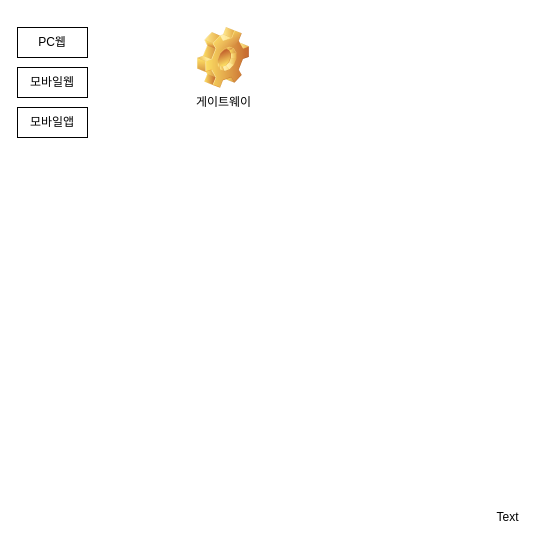
Earlier version of the draw.io diagram LINA_AA.drawio (DEV-FRAMEWORK/SW-MODEL). Source tidied: cells renumbered, new cells numbered last; positions are measured from the earlier drawing's top-left corner, leaving out a move shared by most shapes. Both pictures are drawn from the tidied source at 100%, with x=0, y=0 at pixel (17, 27).
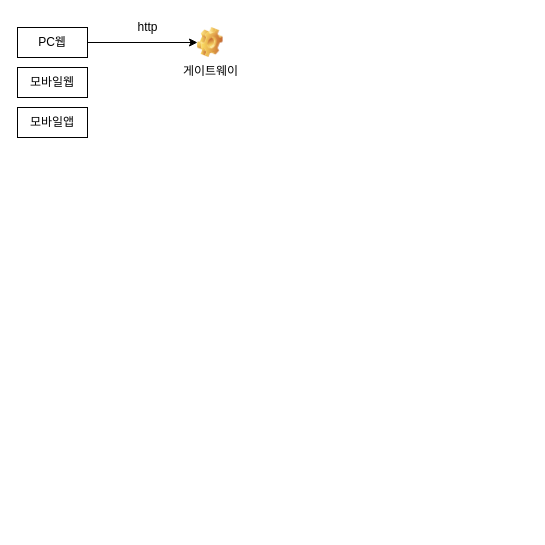
The same diagram, later.

The edit, as a diff of the source:
```diff
@@
 <mxGraphModel>
   <root>
     <mxCell id="0" />
     <mxCell id="1" parent="0" />
-    <mxCell id="2" value="Text" style="text;html=1;align=center;verticalAlign=middle;strokeColor=none;fillColor=none;" parent="1" vertex="1">
-      <mxGeometry x="470" y="480" width="40" height="20" as="geometry" />
+    <mxCell id="2" value="http" style="text;html=1;align=center;verticalAlign=middle;strokeColor=none;fillColor=none;" parent="1" vertex="1">
+      <mxGeometry x="110" y="-10" width="40" height="20" as="geometry" />
     </mxCell>
     <mxCell id="3" value="PC웹" style="rounded=0;whiteSpace=wrap;html=1;" parent="1" vertex="1">
       <mxGeometry width="70" height="30" as="geometry" />
     </mxCell>
     <mxCell id="4" value="모바일웹" style="rounded=0;whiteSpace=wrap;html=1;" parent="1" vertex="1">
       <mxGeometry y="40" width="70" height="30" as="geometry" />
     </mxCell>
     <mxCell id="5" value="모바일앱" style="rounded=0;whiteSpace=wrap;html=1;" parent="1" vertex="1">
       <mxGeometry y="80" width="70" height="30" as="geometry" />
     </mxCell>
     <mxCell id="6" value="게이트웨이" style="shape=image;html=1;verticalLabelPosition=bottom;verticalAlign=top;imageAspect=1;image=img/clipart/Gear_128x128.png;" parent="1" vertex="1">
-      <mxGeometry x="180" width="52" height="61" as="geometry" />
+      <mxGeometry x="180" width="25.6" height="30" as="geometry" />
     </mxCell>
+    <mxCell id="7" style="endArrow=classic;html=1;rounded=0;exitX=1;exitY=0.5;exitDx=0;exitDy=0;" parent="1" edge="1" source="3" target="6">
+      <mxGeometry relative="1" as="geometry" />
+    </mxCell>
   </root>
 </mxGraphModel>
```
